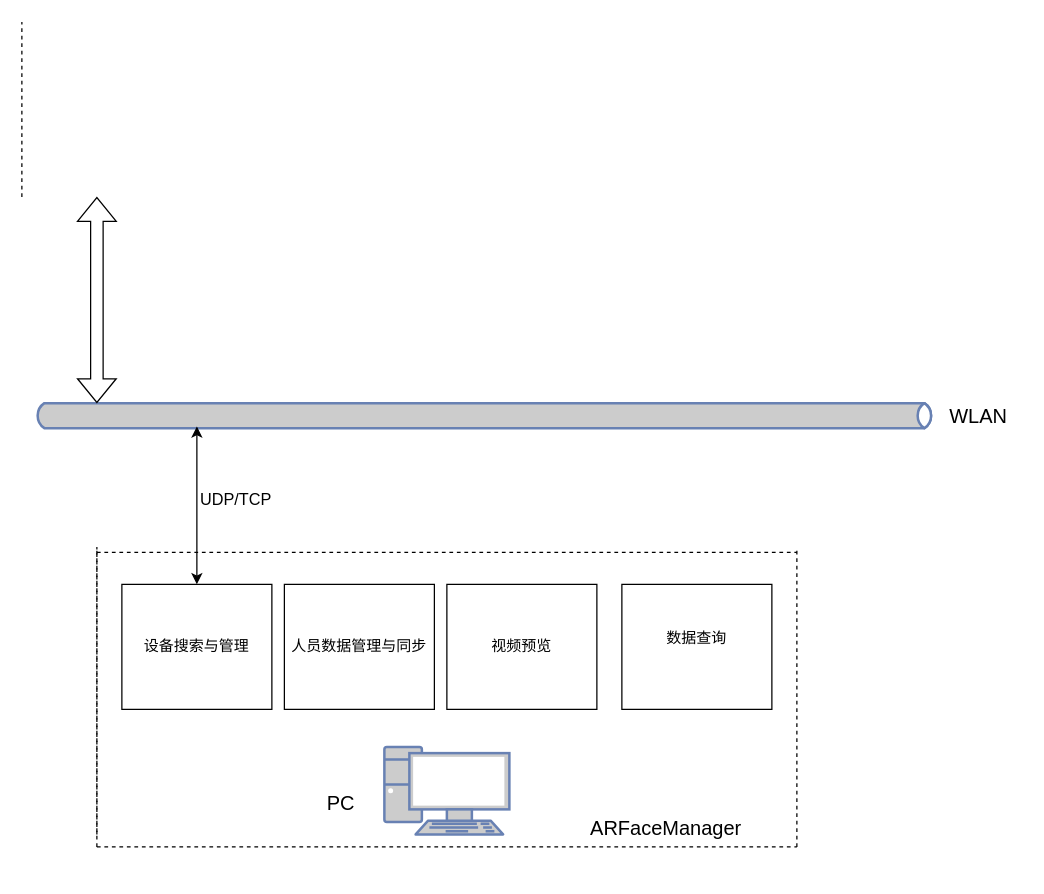
Before: 未命名绘图.drawio in walkblank/yanxuan, a draw.io diagram. Source tidied: cells renumbered, new cells numbered last; positions are measured from the earlier drawing's top-left corner, leaving out a move shared by most shapes. Both pictures are drawn from the tidied source at 125%, with x=0, y=0 at pixel (21, 21).
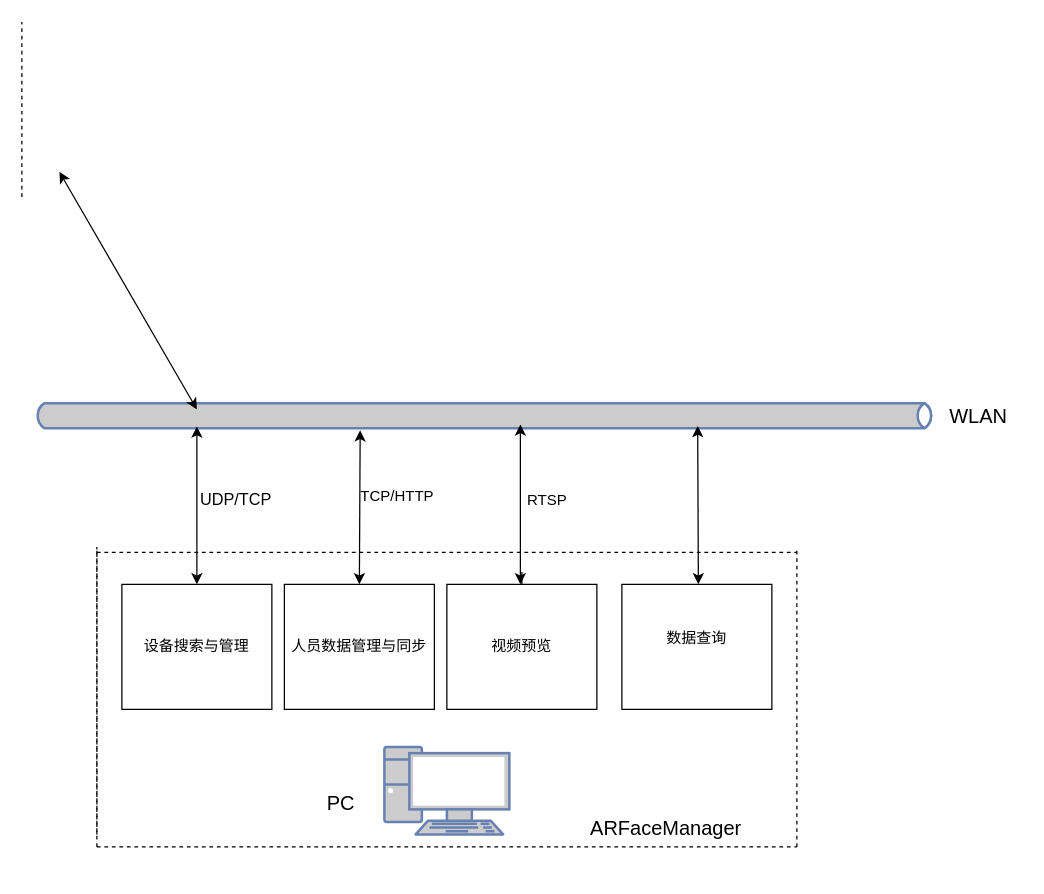
After the change.

Commit message:
更新未命名绘图.drawio

The change refers to these unchanged cells:
```xml
<mxCell id="2" style="html=1;fillColor=#CCCCCC;strokeColor=#6881B3;gradientColor=none;gradientDirection=north;strokeWidth=2;shape=mxgraph.networks.bus;gradientColor=none;gradientDirection=north;fontColor=#ffffff;perimeter=backbonePerimeter;backboneSize=20;" parent="1" vertex="1">
  <mxGeometry x="10" y="300" width="720" height="30" as="geometry" />
</mxCell>
<mxCell id="17" value="&lt;div&gt;人员数据管理与同步&lt;/div&gt;" style="whiteSpace=wrap;html=1;align=center;verticalAlign=middle;newEdgeStyle={&quot;edgeStyle&quot;:&quot;elbowEdgeStyle&quot;,&quot;startArrow&quot;:&quot;none&quot;,&quot;endArrow&quot;:&quot;none&quot;};flipH=1;" parent="1" vertex="1">
  <mxGeometry x="210" y="450" width="120" height="100" as="geometry" />
</mxCell>
<mxCell id="19" value="&lt;div&gt;视频预览&lt;/div&gt;" style="whiteSpace=wrap;html=1;align=center;verticalAlign=middle;newEdgeStyle={&quot;edgeStyle&quot;:&quot;elbowEdgeStyle&quot;,&quot;startArrow&quot;:&quot;none&quot;,&quot;endArrow&quot;:&quot;none&quot;};flipH=1;" parent="1" vertex="1">
  <mxGeometry x="340" y="450" width="120" height="100" as="geometry" />
</mxCell>
```

What changed in the source:
```diff
@@
-    <mxCell id="13" style="shape=flexArrow;endArrow=classic;startArrow=classic;html=1;rounded=0;" parent="1" edge="1" source="2">
-      <mxGeometry relative="1" as="geometry">
-        <mxPoint x="60" y="140" as="targetPoint" />
-      </mxGeometry>
-    </mxCell>
@@
+    <mxCell id="20" style="edgeStyle=elbowEdgeStyle;rounded=0;jettySize=auto;html=1;startArrow=none;endArrow=none;" parent="1" edge="1" source="19">
+      <mxGeometry relative="1" as="geometry">
+        <mxPoint x="400" y="440" as="targetPoint" />
+      </mxGeometry>
+    </mxCell>
@@
+    <mxCell id="21" style="endArrow=classic;startArrow=classic;html=1;rounded=0;entryX=0.362;entryY=0.892;entryDx=0;entryDy=0;entryPerimeter=0;exitX=0.5;exitY=0;exitDx=0;exitDy=0;" parent="1" edge="1" source="17" target="2">
+      <mxGeometry relative="1" as="geometry" />
+    </mxCell>
+    <mxCell id="22" value="&lt;div&gt;TCP/HTTP&lt;/div&gt;" style="text;html=1;align=center;verticalAlign=middle;strokeColor=none;fillColor=none;" parent="1" vertex="1">
+      <mxGeometry x="260" y="365" width="80" height="30" as="geometry" />
+    </mxCell>
+    <mxCell id="23" style="endArrow=classic;startArrow=classic;html=1;rounded=0;exitX=0.434;exitY=-0.032;exitDx=0;exitDy=0;exitPerimeter=0;entryX=0.54;entryY=0.735;entryDx=0;entryDy=0;entryPerimeter=0;" parent="1" edge="1" target="2">
+      <mxGeometry relative="1" as="geometry">
+        <mxPoint x="398.8" y="450" as="sourcePoint" />
+      </mxGeometry>
+    </mxCell>
+    <mxCell id="24" value="RTSP" style="text;html=1;align=center;verticalAlign=middle;strokeColor=none;fillColor=none;" parent="1" vertex="1">
+      <mxGeometry x="390" y="368" width="60" height="30" as="geometry" />
+    </mxCell>
+    <mxCell id="25" style="endArrow=classic;startArrow=classic;html=1;rounded=0;" parent="1" edge="1">
+      <mxGeometry relative="1" as="geometry">
+        <mxPoint x="140" y="310" as="sourcePoint" />
+        <mxPoint x="30" y="120" as="targetPoint" />
+      </mxGeometry>
+    </mxCell>
+    <mxCell id="26" style="endArrow=classic;startArrow=classic;html=1;rounded=0;entryX=0.737;entryY=0.775;entryDx=0;entryDy=0;entryPerimeter=0;" parent="1" edge="1" target="2">
+      <mxGeometry relative="1" as="geometry">
+        <mxPoint x="541.2" y="450" as="sourcePoint" />
+      </mxGeometry>
+    </mxCell>
```
